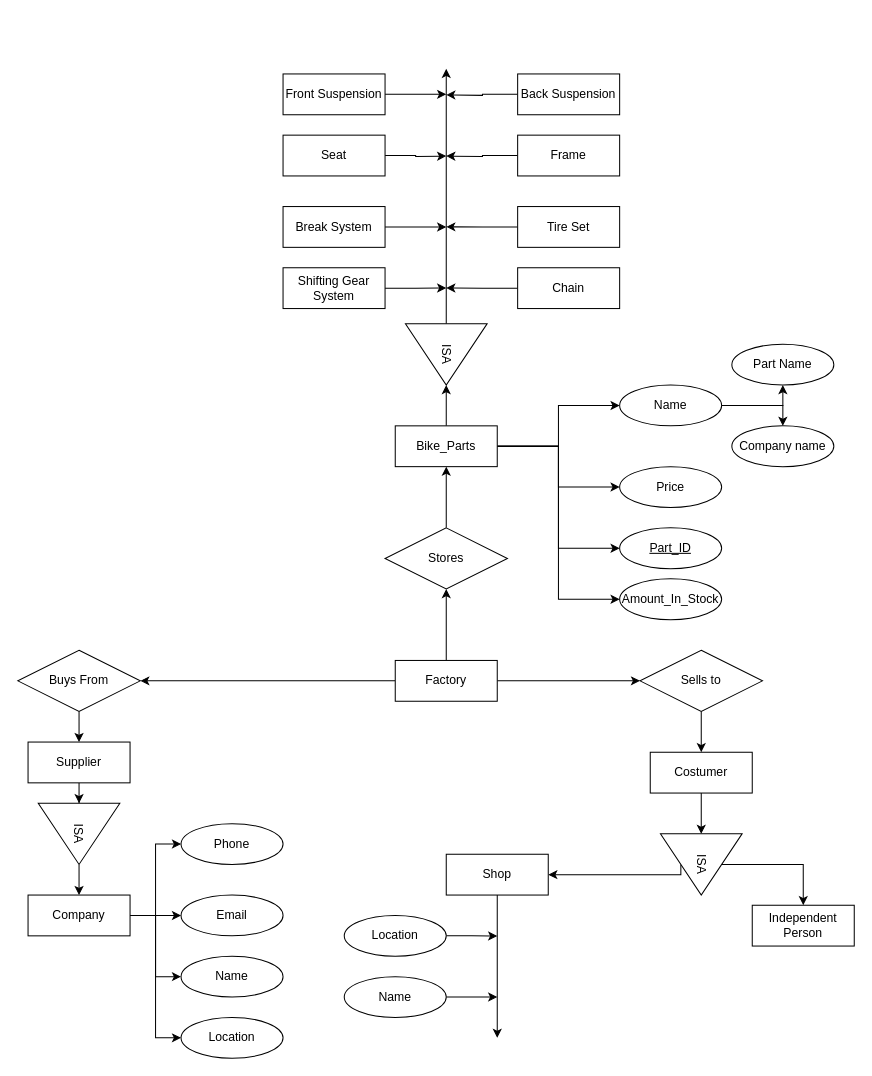
Earlier version of the draw.io diagram Untitled Diagram.drawio (ginzex11/ERD). Source tidied: cells renumbered, new cells numbered last; positions are measured from the earlier drawing's top-left corner, leaving out a move shared by most shapes. Both pictures are drawn from the tidied source at 102%, with x=0, y=0 at pixel (17, 68).
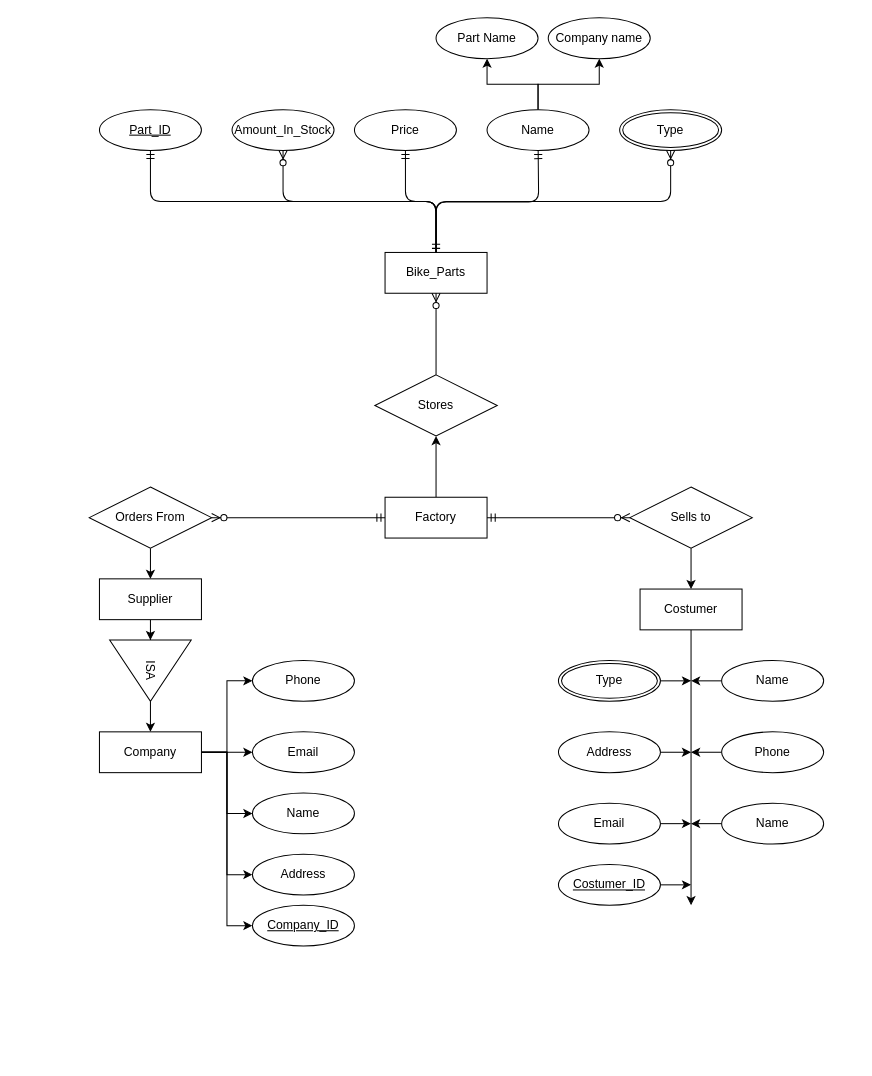
The same diagram, later.

The edit, as a diff of the source:
```diff
@@
     <mxCell id="3" value="Supplier" style="whiteSpace=wrap;html=1;align=center;" parent="1" vertex="1">
-      <mxGeometry x="10" y="660" width="100" height="40" as="geometry" />
+      <mxGeometry x="80" y="500" width="100" height="40" as="geometry" />
     </mxCell>
-    <mxCell id="4" style="edgeStyle=orthogonalEdgeStyle;rounded=0;jettySize=auto;html=1;exitX=0.5;exitY=1;exitDx=0;exitDy=0;entryX=0;entryY=0.5;entryDx=0;entryDy=0;" parent="1" edge="1" source="5" target="51">
-      <mxGeometry relative="1" as="geometry" />
+    <mxCell id="4" style="edgeStyle=orthogonalEdgeStyle;rounded=0;jettySize=auto;html=1;exitX=0.5;exitY=1;exitDx=0;exitDy=0;" parent="1" edge="1" source="5">
+      <mxGeometry relative="1" as="geometry">
+        <mxPoint x="660" y="820" as="targetPoint" />
+      </mxGeometry>
     </mxCell>
     <mxCell id="5" value="Costumer" style="whiteSpace=wrap;html=1;align=center;" parent="1" vertex="1">
-      <mxGeometry x="620" y="670" width="100" height="40" as="geometry" />
+      <mxGeometry x="610" y="510" width="100" height="40" as="geometry" />
     </mxCell>
@@
-    <mxCell id="7" style="edgeStyle=orthogonalEdgeStyle;rounded=0;jettySize=auto;html=1;" parent="1" edge="1" source="9" target="46">
-      <mxGeometry relative="1" as="geometry" />
-    </mxCell>
-    <mxCell id="8" style="edgeStyle=orthogonalEdgeStyle;rounded=0;jettySize=auto;html=1;" parent="1" edge="1" source="9" target="48">
-      <mxGeometry relative="1" as="geometry" />
-    </mxCell>
     <mxCell id="9" value="&lt;div&gt;Factory&lt;/div&gt;" style="whiteSpace=wrap;html=1;align=center;" parent="1" vertex="1">
-      <mxGeometry x="370" y="580" width="100" height="40" as="geometry" />
+      <mxGeometry x="360" y="420" width="100" height="40" as="geometry" />
     </mxCell>
-    <mxCell id="10" style="edgeStyle=orthogonalEdgeStyle;rounded=0;jettySize=auto;html=1;exitX=0;exitY=0.5;exitDx=0;exitDy=0;" parent="1" edge="1" source="11">
-      <mxGeometry relative="1" as="geometry">
-        <mxPoint x="420" y="85.5" as="targetPoint" />
-      </mxGeometry>
-    </mxCell>
-    <mxCell id="11" value="Frame" style="whiteSpace=wrap;html=1;align=center;" parent="1" vertex="1">
-      <mxGeometry x="490" y="65" width="100" height="40" as="geometry" />
-    </mxCell>
-    <mxCell id="12" style="edgeStyle=orthogonalEdgeStyle;rounded=0;jettySize=auto;html=1;exitX=0;exitY=0.5;exitDx=0;exitDy=0;" parent="1" edge="1" source="13">
-      <mxGeometry relative="1" as="geometry">
-        <mxPoint x="420" y="154.9" as="targetPoint" />
-      </mxGeometry>
-    </mxCell>
-    <mxCell id="13" value="Tire Set" style="whiteSpace=wrap;html=1;align=center;" parent="1" vertex="1">
-      <mxGeometry x="490" y="135" width="100" height="40" as="geometry" />
-    </mxCell>
-    <mxCell id="14" style="edgeStyle=orthogonalEdgeStyle;rounded=0;jettySize=auto;html=1;" parent="1" edge="1" source="15">
-      <mxGeometry relative="1" as="geometry">
-        <mxPoint x="420" y="25" as="targetPoint" />
-      </mxGeometry>
-    </mxCell>
-    <mxCell id="15" value="Front Suspension" style="whiteSpace=wrap;html=1;align=center;" parent="1" vertex="1">
-      <mxGeometry x="260" y="5" width="100" height="40" as="geometry" />
-    </mxCell>
-    <mxCell id="16" style="edgeStyle=orthogonalEdgeStyle;rounded=0;jettySize=auto;html=1;exitX=0;exitY=0.5;exitDx=0;exitDy=0;" parent="1" edge="1" source="17">
-      <mxGeometry relative="1" as="geometry">
-        <mxPoint x="420" y="214.9" as="targetPoint" />
-      </mxGeometry>
-    </mxCell>
-    <mxCell id="17" value="Chain" style="whiteSpace=wrap;html=1;align=center;" parent="1" vertex="1">
-      <mxGeometry x="490" y="195" width="100" height="40" as="geometry" />
-    </mxCell>
-    <mxCell id="18" style="edgeStyle=orthogonalEdgeStyle;rounded=0;jettySize=auto;html=1;exitX=0;exitY=0.5;exitDx=0;exitDy=0;" parent="1" edge="1" source="19">
-      <mxGeometry relative="1" as="geometry">
-        <mxPoint x="420" y="25.5" as="targetPoint" />
-      </mxGeometry>
-    </mxCell>
-    <mxCell id="19" value="Back Suspension" style="whiteSpace=wrap;html=1;align=center;" parent="1" vertex="1">
-      <mxGeometry x="490" y="5" width="100" height="40" as="geometry" />
-    </mxCell>
-    <mxCell id="20" style="edgeStyle=orthogonalEdgeStyle;rounded=0;jettySize=auto;html=1;exitX=1;exitY=0.5;exitDx=0;exitDy=0;" parent="1" edge="1" source="21">
-      <mxGeometry relative="1" as="geometry">
-        <mxPoint x="420" y="214.9" as="targetPoint" />
-      </mxGeometry>
-    </mxCell>
-    <mxCell id="21" value="Shifting Gear System" style="whiteSpace=wrap;html=1;align=center;" parent="1" vertex="1">
-      <mxGeometry x="260" y="195" width="100" height="40" as="geometry" />
-    </mxCell>
-    <mxCell id="22" style="edgeStyle=orthogonalEdgeStyle;rounded=0;jettySize=auto;html=1;" parent="1" edge="1" source="23">
-      <mxGeometry relative="1" as="geometry">
-        <mxPoint x="420" y="155" as="targetPoint" />
-      </mxGeometry>
-    </mxCell>
-    <mxCell id="23" value="Break System" style="whiteSpace=wrap;html=1;align=center;" parent="1" vertex="1">
-      <mxGeometry x="260" y="135" width="100" height="40" as="geometry" />
-    </mxCell>
-    <mxCell id="24" style="edgeStyle=orthogonalEdgeStyle;rounded=0;jettySize=auto;html=1;exitX=1;exitY=0.5;exitDx=0;exitDy=0;" parent="1" edge="1" source="25">
-      <mxGeometry relative="1" as="geometry">
-        <mxPoint x="420" y="85.5" as="targetPoint" />
-      </mxGeometry>
-    </mxCell>
-    <mxCell id="25" value="Seat" style="whiteSpace=wrap;html=1;align=center;" parent="1" vertex="1">
-      <mxGeometry x="260" y="65" width="100" height="40" as="geometry" />
-    </mxCell>
-    <mxCell id="26" style="edgeStyle=orthogonalEdgeStyle;rounded=0;jettySize=auto;html=1;entryX=1;entryY=0.5;entryDx=0;entryDy=0;" parent="1" edge="1" source="31" target="34">
-      <mxGeometry relative="1" as="geometry" />
-    </mxCell>
-    <mxCell id="27" style="edgeStyle=orthogonalEdgeStyle;rounded=0;jettySize=auto;html=1;entryX=0;entryY=0.5;entryDx=0;entryDy=0;" parent="1" edge="1" source="31" target="35">
-      <mxGeometry relative="1" as="geometry" />
-    </mxCell>
-    <mxCell id="28" style="edgeStyle=orthogonalEdgeStyle;rounded=0;jettySize=auto;html=1;exitX=1;exitY=0.5;exitDx=0;exitDy=0;entryX=0;entryY=0.5;entryDx=0;entryDy=0;" parent="1" edge="1" source="31" target="36">
-      <mxGeometry relative="1" as="geometry" />
-    </mxCell>
-    <mxCell id="29" style="edgeStyle=orthogonalEdgeStyle;rounded=0;jettySize=auto;html=1;exitX=1;exitY=0.5;exitDx=0;exitDy=0;entryX=0;entryY=0.5;entryDx=0;entryDy=0;" parent="1" edge="1" source="31" target="39">
-      <mxGeometry relative="1" as="geometry" />
-    </mxCell>
-    <mxCell id="30" style="edgeStyle=orthogonalEdgeStyle;rounded=0;jettySize=auto;html=1;exitX=1;exitY=0.5;exitDx=0;exitDy=0;entryX=0;entryY=0.5;entryDx=0;entryDy=0;" parent="1" edge="1" source="31" target="42">
-      <mxGeometry relative="1" as="geometry" />
-    </mxCell>
     <mxCell id="31" value="Bike_Parts" style="whiteSpace=wrap;html=1;align=center;" parent="1" vertex="1">
-      <mxGeometry x="370" y="350" width="100" height="40" as="geometry" />
+      <mxGeometry x="360" y="180" width="100" height="40" as="geometry" />
     </mxCell>
@@
-    <mxCell id="33" style="edgeStyle=orthogonalEdgeStyle;rounded=0;jettySize=auto;html=1;exitX=0;exitY=0.5;exitDx=0;exitDy=0;" parent="1" edge="1" source="34">
-      <mxGeometry relative="1" as="geometry">
-        <mxPoint x="420" as="targetPoint" />
-        <Array as="points">
-          <mxPoint x="420" y="60" />
-          <mxPoint x="420" y="60" />
-        </Array>
-      </mxGeometry>
-    </mxCell>
-    <mxCell id="34" value="ISA" style="triangle;whiteSpace=wrap;html=1;rotation=90;" parent="1" vertex="1">
-      <mxGeometry x="390" y="240" width="60" height="80" as="geometry" />
-    </mxCell>
     <mxCell id="35" value="Price" style="ellipse;whiteSpace=wrap;html=1;align=center;" parent="1" vertex="1">
-      <mxGeometry x="590" y="390" width="100" height="40" as="geometry" />
+      <mxGeometry x="330" y="40" width="100" height="40" as="geometry" />
     </mxCell>
     <mxCell id="36" value="&lt;u&gt;Part_ID&lt;/u&gt;" style="ellipse;whiteSpace=wrap;html=1;align=center;" parent="1" vertex="1">
-      <mxGeometry x="590" y="450" width="100" height="40" as="geometry" />
+      <mxGeometry x="80" y="40" width="100" height="40" as="geometry" />
     </mxCell>
@@
-    <mxCell id="38" style="edgeStyle=orthogonalEdgeStyle;rounded=0;jettySize=auto;html=1;exitX=1;exitY=0.5;exitDx=0;exitDy=0;entryX=0.5;entryY=0;entryDx=0;entryDy=0;" parent="1" edge="1" source="39" target="41">
+    <mxCell id="38" style="edgeStyle=orthogonalEdgeStyle;rounded=0;jettySize=auto;html=1;exitX=0.5;exitY=0;exitDx=0;exitDy=0;entryX=0.5;entryY=1;entryDx=0;entryDy=0;" parent="1" edge="1" source="39" target="41">
       <mxGeometry relative="1" as="geometry" />
     </mxCell>
     <mxCell id="39" value="Name" style="ellipse;whiteSpace=wrap;html=1;align=center;" parent="1" vertex="1">
-      <mxGeometry x="590" y="310" width="100" height="40" as="geometry" />
+      <mxGeometry x="460" y="40" width="100" height="40" as="geometry" />
     </mxCell>
     <mxCell id="40" value="Part Name" style="ellipse;whiteSpace=wrap;html=1;align=center;" parent="1" vertex="1">
-      <mxGeometry x="700" y="270" width="100" height="40" as="geometry" />
+      <mxGeometry x="410" y="-50" width="100" height="40" as="geometry" />
     </mxCell>
     <mxCell id="41" value="Company name" style="ellipse;whiteSpace=wrap;html=1;align=center;" parent="1" vertex="1">
-      <mxGeometry x="700" y="350" width="100" height="40" as="geometry" />
+      <mxGeometry x="520" y="-50" width="100" height="40" as="geometry" />
     </mxCell>
     <mxCell id="42" value="Amount_In_Stock" style="ellipse;whiteSpace=wrap;html=1;align=center;" parent="1" vertex="1">
-      <mxGeometry x="590" y="500" width="100" height="40" as="geometry" />
+      <mxGeometry x="210" y="40" width="100" height="40" as="geometry" />
     </mxCell>
-    <mxCell id="43" style="edgeStyle=orthogonalEdgeStyle;rounded=0;jettySize=auto;html=1;exitX=0.5;exitY=0;exitDx=0;exitDy=0;entryX=0.5;entryY=1;entryDx=0;entryDy=0;" parent="1" edge="1" source="44" target="31">
-      <mxGeometry relative="1" as="geometry" />
-    </mxCell>
     <mxCell id="44" value="Stores" style="shape=rhombus;perimeter=rhombusPerimeter;whiteSpace=wrap;html=1;align=center;" parent="1" vertex="1">
-      <mxGeometry x="360" y="450" width="120" height="60" as="geometry" />
+      <mxGeometry x="350" y="300" width="120" height="60" as="geometry" />
     </mxCell>
@@
-    <mxCell id="46" value="Buys From" style="shape=rhombus;perimeter=rhombusPerimeter;whiteSpace=wrap;html=1;align=center;" parent="1" vertex="1">
-      <mxGeometry y="570" width="120" height="60" as="geometry" />
+    <mxCell id="46" value="Orders From" style="shape=rhombus;perimeter=rhombusPerimeter;whiteSpace=wrap;html=1;align=center;" parent="1" vertex="1">
+      <mxGeometry x="70" y="410" width="120" height="60" as="geometry" />
     </mxCell>
@@
     <mxCell id="48" value="Sells to" style="shape=rhombus;perimeter=rhombusPerimeter;whiteSpace=wrap;html=1;align=center;" parent="1" vertex="1">
-      <mxGeometry x="610" y="570" width="120" height="60" as="geometry" />
+      <mxGeometry x="600" y="410" width="120" height="60" as="geometry" />
     </mxCell>
-    <mxCell id="49" style="edgeStyle=orthogonalEdgeStyle;rounded=0;jettySize=auto;html=1;exitX=0.5;exitY=0;exitDx=0;exitDy=0;entryX=0.5;entryY=0;entryDx=0;entryDy=0;" parent="1" edge="1" source="51" target="54">
-      <mxGeometry relative="1" as="geometry" />
-    </mxCell>
-    <mxCell id="50" style="edgeStyle=orthogonalEdgeStyle;rounded=0;jettySize=auto;html=1;exitX=0.5;exitY=1;exitDx=0;exitDy=0;entryX=1;entryY=0.5;entryDx=0;entryDy=0;" parent="1" edge="1" source="51" target="53">
-      <mxGeometry relative="1" as="geometry">
-        <Array as="points">
-          <mxPoint x="650" y="790" />
-        </Array>
-      </mxGeometry>
-    </mxCell>
-    <mxCell id="51" value="ISA" style="triangle;whiteSpace=wrap;html=1;rotation=90;" parent="1" vertex="1">
-      <mxGeometry x="640" y="740" width="60" height="80" as="geometry" />
-    </mxCell>
-    <mxCell id="52" style="edgeStyle=orthogonalEdgeStyle;rounded=0;jettySize=auto;html=1;" parent="1" edge="1" source="53">
-      <mxGeometry relative="1" as="geometry">
-        <mxPoint x="470" y="950" as="targetPoint" />
-      </mxGeometry>
-    </mxCell>
-    <mxCell id="53" value="Shop" style="whiteSpace=wrap;html=1;align=center;" parent="1" vertex="1">
-      <mxGeometry x="420" y="770" width="100" height="40" as="geometry" />
-    </mxCell>
-    <mxCell id="54" value="Independent Person" style="whiteSpace=wrap;html=1;align=center;" parent="1" vertex="1">
-      <mxGeometry x="720" y="820" width="100" height="40" as="geometry" />
-    </mxCell>
@@
     <mxCell id="56" value="ISA" style="triangle;whiteSpace=wrap;html=1;rotation=90;" parent="1" vertex="1">
-      <mxGeometry x="30" y="710" width="60" height="80" as="geometry" />
+      <mxGeometry x="100" y="550" width="60" height="80" as="geometry" />
     </mxCell>
@@
+    <mxCell id="70" style="edgeStyle=orthogonalEdgeStyle;rounded=0;jettySize=auto;html=1;exitX=1;exitY=0.5;exitDx=0;exitDy=0;entryX=0;entryY=0.5;entryDx=0;entryDy=0;" parent="1" edge="1" source="61" target="82">
+      <mxGeometry relative="1" as="geometry" />
+    </mxCell>
     <mxCell id="61" value="Company" style="whiteSpace=wrap;html=1;align=center;" parent="1" vertex="1">
-      <mxGeometry x="10" y="810" width="100" height="40" as="geometry" />
+      <mxGeometry x="80" y="650" width="100" height="40" as="geometry" />
     </mxCell>
     <mxCell id="62" value="Name" style="ellipse;whiteSpace=wrap;html=1;align=center;" parent="1" vertex="1">
-      <mxGeometry x="160" y="870" width="100" height="40" as="geometry" />
+      <mxGeometry x="230" y="710" width="100" height="40" as="geometry" />
     </mxCell>
-    <mxCell id="63" value="Location " style="ellipse;whiteSpace=wrap;html=1;align=center;" parent="1" vertex="1">
-      <mxGeometry x="160" y="930" width="100" height="40" as="geometry" />
+    <mxCell id="63" value="Address" style="ellipse;whiteSpace=wrap;html=1;align=center;" parent="1" vertex="1">
+      <mxGeometry x="230" y="770" width="100" height="40" as="geometry" />
     </mxCell>
-    <mxCell id="64" style="edgeStyle=orthogonalEdgeStyle;rounded=0;jettySize=auto;html=1;" parent="1" edge="1" source="65">
-      <mxGeometry relative="1" as="geometry">
-        <mxPoint x="470" y="910" as="targetPoint" />
-      </mxGeometry>
-    </mxCell>
+    <mxCell id="71" style="edgeStyle=orthogonalEdgeStyle;rounded=0;jettySize=auto;html=1;exitX=0;exitY=0.5;exitDx=0;exitDy=0;" parent="1" edge="1" source="65">
+      <mxGeometry relative="1" as="geometry">
+        <mxPoint x="660" y="739.6" as="targetPoint" />
+      </mxGeometry>
+    </mxCell>
     <mxCell id="65" value="Name" style="ellipse;whiteSpace=wrap;html=1;align=center;" parent="1" vertex="1">
-      <mxGeometry x="320" y="890" width="100" height="40" as="geometry" />
+      <mxGeometry x="690" y="720" width="100" height="40" as="geometry" />
     </mxCell>
-    <mxCell id="66" style="edgeStyle=orthogonalEdgeStyle;rounded=0;jettySize=auto;html=1;exitX=1;exitY=0.5;exitDx=0;exitDy=0;" parent="1" edge="1" source="67">
-      <mxGeometry relative="1" as="geometry">
-        <mxPoint x="470" y="850.2" as="targetPoint" />
-      </mxGeometry>
-    </mxCell>
+    <mxCell id="72" style="edgeStyle=orthogonalEdgeStyle;rounded=0;jettySize=auto;html=1;" parent="1" edge="1" source="67">
+      <mxGeometry relative="1" as="geometry">
+        <mxPoint x="660" y="670" as="targetPoint" />
+      </mxGeometry>
+    </mxCell>
-    <mxCell id="67" value="Location " style="ellipse;whiteSpace=wrap;html=1;align=center;" parent="1" vertex="1">
-      <mxGeometry x="320" y="830" width="100" height="40" as="geometry" />
+    <mxCell id="67" value="Address" style="ellipse;whiteSpace=wrap;html=1;align=center;" parent="1" vertex="1">
+      <mxGeometry x="530" y="650" width="100" height="40" as="geometry" />
     </mxCell>
     <mxCell id="68" value="Email" style="ellipse;whiteSpace=wrap;html=1;align=center;" parent="1" vertex="1">
-      <mxGeometry x="160" y="810" width="100" height="40" as="geometry" />
+      <mxGeometry x="230" y="650" width="100" height="40" as="geometry" />
     </mxCell>
     <mxCell id="69" value="Phone" style="ellipse;whiteSpace=wrap;html=1;align=center;" parent="1" vertex="1">
-      <mxGeometry x="160" y="740" width="100" height="40" as="geometry" />
+      <mxGeometry x="230" y="580" width="100" height="40" as="geometry" />
     </mxCell>
+    <mxCell id="73" style="edgeStyle=orthogonalEdgeStyle;rounded=0;jettySize=auto;html=1;exitX=0;exitY=0.5;exitDx=0;exitDy=0;" parent="1" edge="1" source="74">
+      <mxGeometry relative="1" as="geometry">
+        <mxPoint x="660" y="670.2" as="targetPoint" />
+      </mxGeometry>
+    </mxCell>
+    <mxCell id="74" value="Phone" style="ellipse;whiteSpace=wrap;html=1;align=center;" parent="1" vertex="1">
+      <mxGeometry x="690" y="650" width="100" height="40" as="geometry" />
+    </mxCell>
+    <mxCell id="75" style="edgeStyle=orthogonalEdgeStyle;rounded=0;jettySize=auto;html=1;exitX=1;exitY=0.5;exitDx=0;exitDy=0;" parent="1" edge="1" source="76">
+      <mxGeometry relative="1" as="geometry">
+        <mxPoint x="660" y="739.6" as="targetPoint" />
+      </mxGeometry>
+    </mxCell>
+    <mxCell id="76" value="Email" style="ellipse;whiteSpace=wrap;html=1;align=center;" parent="1" vertex="1">
+      <mxGeometry x="530" y="720" width="100" height="40" as="geometry" />
+    </mxCell>
+    <mxCell id="77" value="Type" style="ellipse;shape=doubleEllipse;margin=3;whiteSpace=wrap;html=1;align=center;rounded=0;" parent="1" vertex="1">
+      <mxGeometry x="590" y="40" width="100" height="40" as="geometry" />
+    </mxCell>
+    <mxCell id="78" style="edgeStyle=orthogonalEdgeStyle;rounded=0;jettySize=auto;html=1;exitX=1;exitY=0.5;exitDx=0;exitDy=0;" parent="1" edge="1" source="79">
+      <mxGeometry relative="1" as="geometry">
+        <mxPoint x="660" y="599.6" as="targetPoint" />
+      </mxGeometry>
+    </mxCell>
+    <mxCell id="79" value="Type" style="ellipse;shape=doubleEllipse;margin=3;whiteSpace=wrap;html=1;align=center;rounded=0;" parent="1" vertex="1">
+      <mxGeometry x="530" y="580" width="100" height="40" as="geometry" />
+    </mxCell>
+    <mxCell id="80" style="edgeStyle=orthogonalEdgeStyle;rounded=0;jettySize=auto;html=1;exitX=0;exitY=0.5;exitDx=0;exitDy=0;" parent="1" edge="1" source="81">
+      <mxGeometry relative="1" as="geometry">
+        <mxPoint x="660" y="599.6" as="targetPoint" />
+      </mxGeometry>
+    </mxCell>
+    <mxCell id="81" value="Name" style="ellipse;whiteSpace=wrap;html=1;align=center;" parent="1" vertex="1">
+      <mxGeometry x="690" y="580" width="100" height="40" as="geometry" />
+    </mxCell>
+    <mxCell id="82" value="&lt;u&gt;Company_ID&lt;/u&gt;" style="ellipse;whiteSpace=wrap;html=1;align=center;" parent="1" vertex="1">
+      <mxGeometry x="230" y="820" width="100" height="40" as="geometry" />
+    </mxCell>
+    <mxCell id="83" style="edgeStyle=orthogonalEdgeStyle;rounded=0;jettySize=auto;html=1;exitX=1;exitY=0.5;exitDx=0;exitDy=0;" parent="1" edge="1" source="84">
+      <mxGeometry relative="1" as="geometry">
+        <mxPoint x="660" y="799.6" as="targetPoint" />
+      </mxGeometry>
+    </mxCell>
+    <mxCell id="84" value="&lt;u&gt;Costumer_ID&lt;br&gt;&lt;/u&gt;" style="ellipse;whiteSpace=wrap;html=1;align=center;" parent="1" vertex="1">
+      <mxGeometry x="530" y="780" width="100" height="40" as="geometry" />
+    </mxCell>
+    <mxCell id="7" style="edgeStyle=entityRelationEdgeStyle;fontSize=12;html=1;endArrow=ERzeroToMany;startArrow=ERmandOne;entryX=1;entryY=0.5;entryDx=0;entryDy=0;exitX=0;exitY=0.5;exitDx=0;exitDy=0;" parent="1" edge="1" source="9" target="46">
+      <mxGeometry relative="1" as="geometry" />
+    </mxCell>
+    <mxCell id="8" style="edgeStyle=entityRelationEdgeStyle;fontSize=12;html=1;endArrow=ERzeroToMany;startArrow=ERmandOne;entryX=0;entryY=0.5;entryDx=0;entryDy=0;exitX=1;exitY=0.5;exitDx=0;exitDy=0;" parent="1" edge="1" source="9" target="48">
+      <mxGeometry relative="1" as="geometry" />
+    </mxCell>
+    <mxCell id="43" style="fontSize=12;html=1;endArrow=ERzeroToMany;endFill=1;entryX=0.5;entryY=1;entryDx=0;entryDy=0;exitX=0.5;exitY=0;exitDx=0;exitDy=0;" parent="1" edge="1" source="44" target="31">
+      <mxGeometry relative="1" as="geometry" />
+    </mxCell>
+    <mxCell id="27" style="edgeStyle=orthogonalEdgeStyle;fontSize=12;html=1;endArrow=ERmandOne;entryX=0.5;entryY=1;entryDx=0;entryDy=0;exitX=0.5;exitY=0;exitDx=0;exitDy=0;" parent="1" edge="1" source="31" target="35">
+      <mxGeometry relative="1" as="geometry" />
+    </mxCell>
+    <mxCell id="85" style="edgeStyle=orthogonalEdgeStyle;fontSize=12;html=1;endArrow=ERmandOne;entryX=0.5;entryY=1;entryDx=0;entryDy=0;exitX=0.5;exitY=0;exitDx=0;exitDy=0;" parent="1" edge="1" source="31">
+      <mxGeometry relative="1" as="geometry">
+        <mxPoint x="510.1" y="80" as="targetPoint" />
+      </mxGeometry>
+    </mxCell>
+    <mxCell id="30" style="edgeStyle=orthogonalEdgeStyle;fontSize=12;html=1;endArrow=ERzeroToMany;endFill=1;entryX=0.5;entryY=1;entryDx=0;entryDy=0;exitX=0.5;exitY=0;exitDx=0;exitDy=0;" parent="1" edge="1" source="31" target="42">
+      <mxGeometry relative="1" as="geometry" />
+    </mxCell>
+    <mxCell id="28" style="edgeStyle=orthogonalEdgeStyle;fontSize=12;html=1;endArrow=ERmandOne;entryX=0.5;entryY=1;entryDx=0;entryDy=0;exitX=0.5;exitY=0;exitDx=0;exitDy=0;" parent="1" edge="1" source="31" target="36">
+      <mxGeometry relative="1" as="geometry" />
+    </mxCell>
+    <mxCell id="86" style="edgeStyle=orthogonalEdgeStyle;fontSize=12;html=1;endArrow=ERzeroToMany;startArrow=ERmandOne;entryX=0.5;entryY=1;entryDx=0;entryDy=0;exitX=0.5;exitY=0;exitDx=0;exitDy=0;" parent="1" edge="1" source="31" target="77">
+      <mxGeometry relative="1" as="geometry" />
+    </mxCell>
```
